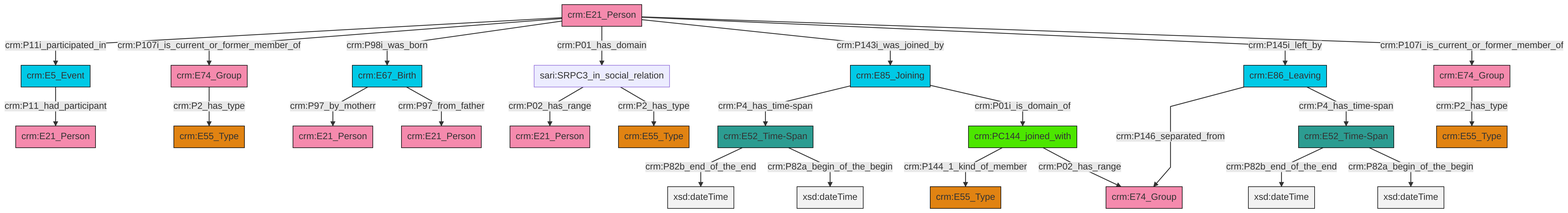
The Mermaid diagram et/personCSV/ttl/mmd/png/Person_Actor_Relations.png in swiss-art-research-net/docs.swissartresearch, before a commit. Its source is kept beside it as et/personCSV/ttl/mmd/Person_Actor_Relations.ttl.mmd.
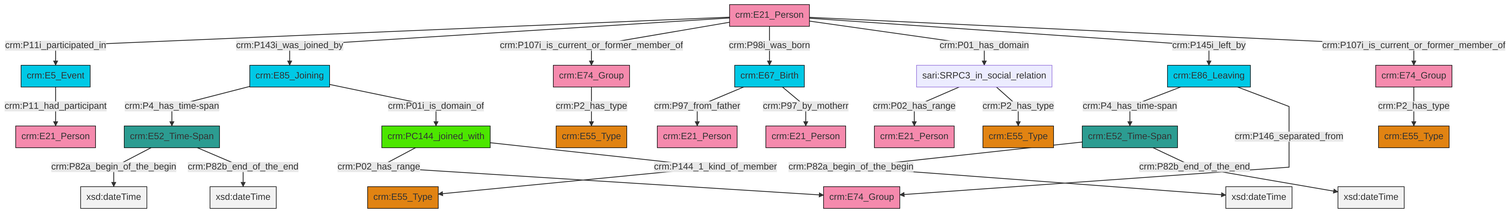
The same diagram one commit later.

The edit, as a diff of the source:
```diff
@@ -13,27 +13,27 @@
 classDef PC_Classes fill:#4ce600, stroke:#000000;
 classDef Multi fill:#cccccc,stroke:#000000;
 
-2["crm:E74_Group"]:::Actor -->|crm:P2_has_type| 3["crm:E55_Type"]:::Type
-6["sari:SRPC3_in_social_relation"]:::Default -->|crm:P02_has_range| 7["crm:E21_Person"]:::Actor
-13["crm:PC144_joined_with"]:::PC_Classes -->|crm:P144_1_kind_of_member| 14["crm:E55_Type"]:::Type
-15["crm:E74_Group"]:::Actor -->|crm:P2_has_type| 8["crm:E55_Type"]:::Type
-4["crm:E5_Event"]:::Temporal_Entity -->|crm:P11_had_participant| 16["crm:E21_Person"]:::Actor
-17["crm:E21_Person"]:::Actor -->|crm:P11i_participated_in| 4["crm:E5_Event"]:::Temporal_Entity
-18["crm:E52_Time-Span"]:::Time-Span -->|crm:P82b_end_of_the_end| 19[xsd:dateTime]:::Literal
-17["crm:E21_Person"]:::Actor -->|crm:P107i_is_current_or_former_member_of| 15["crm:E74_Group"]:::Actor
-17["crm:E21_Person"]:::Actor -->|crm:P98i_was_born| 0["crm:E67_Birth"]:::Temporal_Entity
-17["crm:E21_Person"]:::Actor -->|crm:P01_has_domain| 6["sari:SRPC3_in_social_relation"]:::Default
-21["crm:E85_Joining"]:::Temporal_Entity -->|crm:P4_has_time-span| 18["crm:E52_Time-Span"]:::Time-Span
-22["crm:E86_Leaving"]:::Temporal_Entity -->|crm:P146_separated_from| 23["crm:E74_Group"]:::Actor
-18["crm:E52_Time-Span"]:::Time-Span -->|crm:P82a_begin_of_the_begin| 24[xsd:dateTime]:::Literal
-17["crm:E21_Person"]:::Actor -->|crm:P143i_was_joined_by| 21["crm:E85_Joining"]:::Temporal_Entity
-6["sari:SRPC3_in_social_relation"]:::Default -->|crm:P2_has_type| 25["crm:E55_Type"]:::Type
-22["crm:E86_Leaving"]:::Temporal_Entity -->|crm:P4_has_time-span| 11["crm:E52_Time-Span"]:::Time-Span
-0["crm:E67_Birth"]:::Temporal_Entity -->|crm:P97_by_motherr| 28["crm:E21_Person"]:::Actor
-17["crm:E21_Person"]:::Actor -->|crm:P145i_left_by| 22["crm:E86_Leaving"]:::Temporal_Entity
-11["crm:E52_Time-Span"]:::Time-Span -->|crm:P82b_end_of_the_end| 35[xsd:dateTime]:::Literal
-0["crm:E67_Birth"]:::Temporal_Entity -->|crm:P97_from_father| 32["crm:E21_Person"]:::Actor
-21["crm:E85_Joining"]:::Temporal_Entity -->|crm:P01i_is_domain_of| 13["crm:PC144_joined_with"]:::PC_Classes
-13["crm:PC144_joined_with"]:::PC_Classes -->|crm:P02_has_range| 23["crm:E74_Group"]:::Actor
-17["crm:E21_Person"]:::Actor -->|crm:P107i_is_current_or_former_member_of| 2["crm:E74_Group"]:::Actor
-11["crm:E52_Time-Span"]:::Time-Span -->|crm:P82a_begin_of_the_begin| 44[xsd:dateTime]:::Literal
+2["crm:PC144_joined_with"]:::PC_Classes -->|crm:P02_has_range| 3["crm:E74_Group"]:::Actor
+2["crm:PC144_joined_with"]:::PC_Classes -->|crm:P144_1_kind_of_member| 4["crm:E55_Type"]:::Type
+7["crm:E74_Group"]:::Actor -->|crm:P2_has_type| 8["crm:E55_Type"]:::Type
+11["crm:E85_Joining"]:::Temporal_Entity -->|crm:P4_has_time-span| 12["crm:E52_Time-Span"]:::Time-Span
+0["crm:E21_Person"]:::Actor -->|crm:P11i_participated_in| 18["crm:E5_Event"]:::Temporal_Entity
+11["crm:E85_Joining"]:::Temporal_Entity -->|crm:P01i_is_domain_of| 2["crm:PC144_joined_with"]:::PC_Classes
+12["crm:E52_Time-Span"]:::Time-Span -->|crm:P82a_begin_of_the_begin| 21[xsd:dateTime]:::Literal
+0["crm:E21_Person"]:::Actor -->|crm:P143i_was_joined_by| 11["crm:E85_Joining"]:::Temporal_Entity
+16["crm:E52_Time-Span"]:::Time-Span -->|crm:P82a_begin_of_the_begin| 24[xsd:dateTime]:::Literal
+22["crm:E74_Group"]:::Actor -->|crm:P2_has_type| 26["crm:E55_Type"]:::Type
+27["sari:SRPC3_in_social_relation"]:::Default -->|crm:P02_has_range| 31["crm:E21_Person"]:::Actor
+33["crm:E67_Birth"]:::Temporal_Entity -->|crm:P97_from_father| 9["crm:E21_Person"]:::Actor
+5["crm:E86_Leaving"]:::Temporal_Entity -->|crm:P4_has_time-span| 16["crm:E52_Time-Span"]:::Time-Span
+0["crm:E21_Person"]:::Actor -->|crm:P107i_is_current_or_former_member_of| 7["crm:E74_Group"]:::Actor
+0["crm:E21_Person"]:::Actor -->|crm:P98i_was_born| 33["crm:E67_Birth"]:::Temporal_Entity
+12["crm:E52_Time-Span"]:::Time-Span -->|crm:P82b_end_of_the_end| 39[xsd:dateTime]:::Literal
+33["crm:E67_Birth"]:::Temporal_Entity -->|crm:P97_by_motherr| 29["crm:E21_Person"]:::Actor
+0["crm:E21_Person"]:::Actor -->|crm:P01_has_domain| 27["sari:SRPC3_in_social_relation"]:::Default
+27["sari:SRPC3_in_social_relation"]:::Default -->|crm:P2_has_type| 19["crm:E55_Type"]:::Type
+18["crm:E5_Event"]:::Temporal_Entity -->|crm:P11_had_participant| 34["crm:E21_Person"]:::Actor
+16["crm:E52_Time-Span"]:::Time-Span -->|crm:P82b_end_of_the_end| 42[xsd:dateTime]:::Literal
+0["crm:E21_Person"]:::Actor -->|crm:P145i_left_by| 5["crm:E86_Leaving"]:::Temporal_Entity
+5["crm:E86_Leaving"]:::Temporal_Entity -->|crm:P146_separated_from| 3["crm:E74_Group"]:::Actor
+0["crm:E21_Person"]:::Actor -->|crm:P107i_is_current_or_former_member_of| 22["crm:E74_Group"]:::Actor
```
